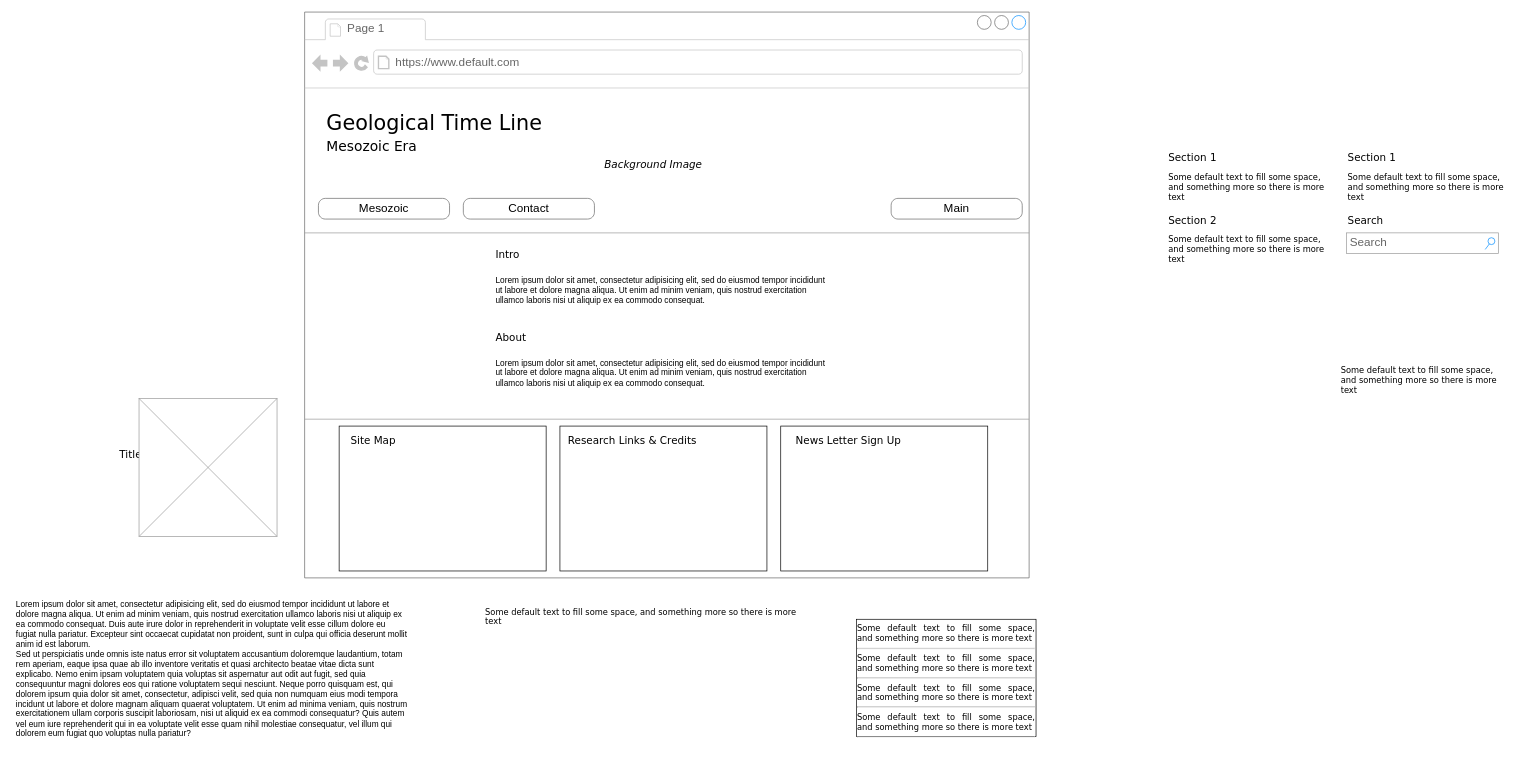
Above: GeoTime.drawio in Code-Institute-Submissions/geotime (draw.io), before the change. Source tidied: cells renumbered, new cells numbered last; positions are measured from the earlier drawing's top-left corner, leaving out a move shared by most shapes. Both pictures are drawn from the tidied source at 69%, with x=0, y=0 at pixel (14, 12).
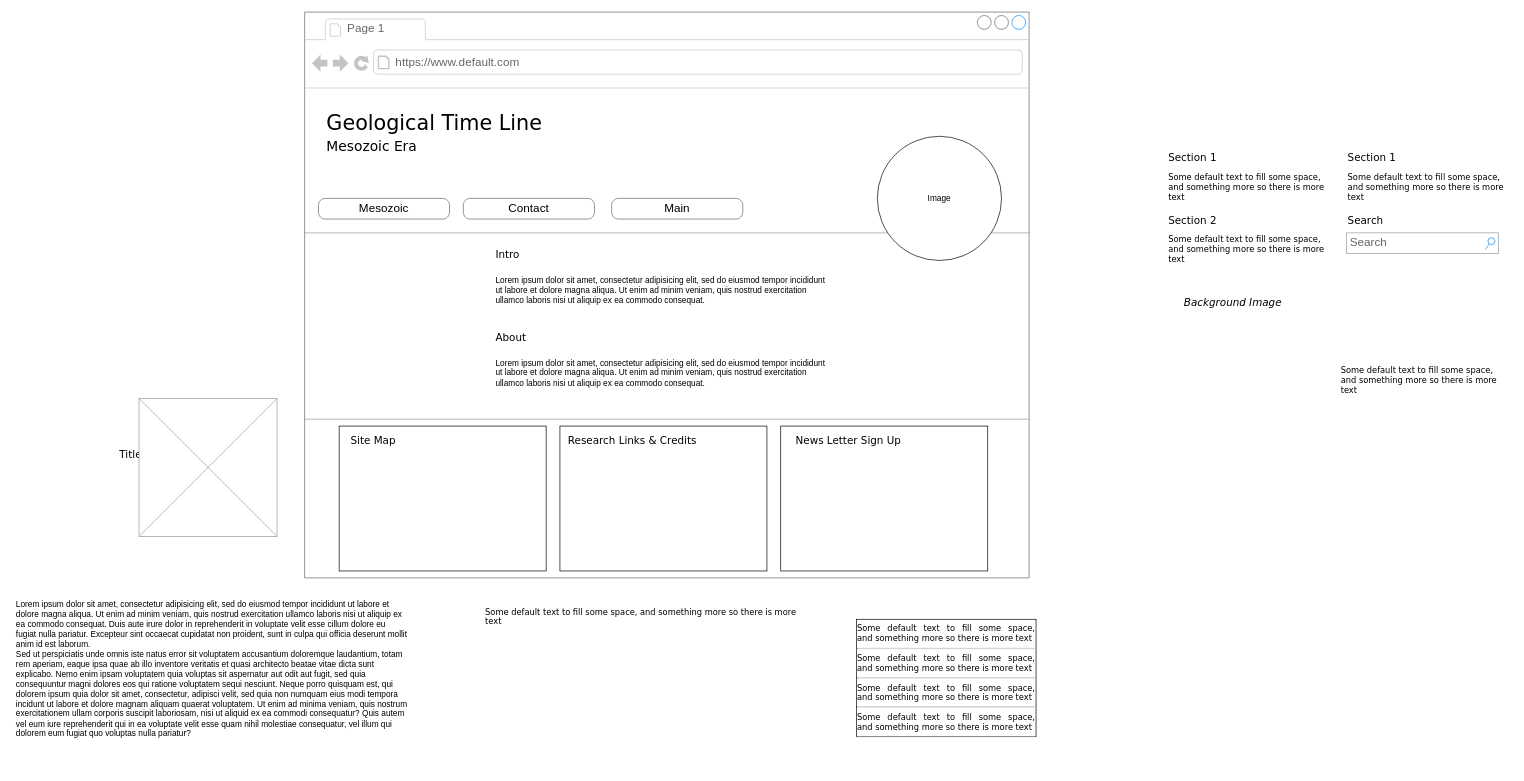
The same page after the edit.

The change refers to these unchanged cells:
```xml
<mxCell id="2" style="strokeWidth=1;shadow=0;dashed=0;align=center;html=1;shape=mxgraph.mockup.containers.browserWindow;rSize=0;strokeColor=#666666;mainText=,;rounded=0;labelBackgroundColor=none;fontFamily=Verdana;fontSize=12;" parent="1" vertex="1">
  <mxGeometry x="420" width="1050" height="820" as="geometry" />
</mxCell>
```

Change to the diagram source:
```diff
@@
     <mxCell id="11" value="Main" style="strokeWidth=1;shadow=0;dashed=0;align=center;html=1;shape=mxgraph.mockup.buttons.button;strokeColor=#666666;mainText=;buttonStyle=round;fontSize=17;fontStyle=0;fillColor=none;whiteSpace=wrap;rounded=0;labelBackgroundColor=none;" parent="2" vertex="1">
-      <mxGeometry x="850" y="270" width="190" height="30" as="geometry" />
+      <mxGeometry x="445" y="270" width="190" height="30" as="geometry" />
     </mxCell>
@@
-    <mxCell id="21" value="&lt;div align=&quot;center&quot;&gt;&lt;i&gt;Background Image&lt;/i&gt;&lt;/div&gt;" style="text;html=1;align=center;verticalAlign=top;spacingTop=-4;fontSize=15;fontFamily=Verdana;" parent="2" vertex="1">
-      <mxGeometry x="400" y="210" width="210" height="30" as="geometry" />
-    </mxCell>
@@
+    <mxCell id="37" value="Image" style="ellipse;whiteSpace=wrap;html=1;" parent="2" vertex="1">
+      <mxGeometry x="830" y="180" width="180" height="180" as="geometry" />
+    </mxCell>
@@
+    <mxCell id="21" value="&lt;div align=&quot;center&quot;&gt;&lt;i&gt;Background Image&lt;/i&gt;&lt;/div&gt;" style="text;html=1;align=center;verticalAlign=top;spacingTop=-4;fontSize=15;fontFamily=Verdana;" parent="1" vertex="1">
+      <mxGeometry x="1660" y="410" width="210" height="30" as="geometry" />
+    </mxCell>
```
